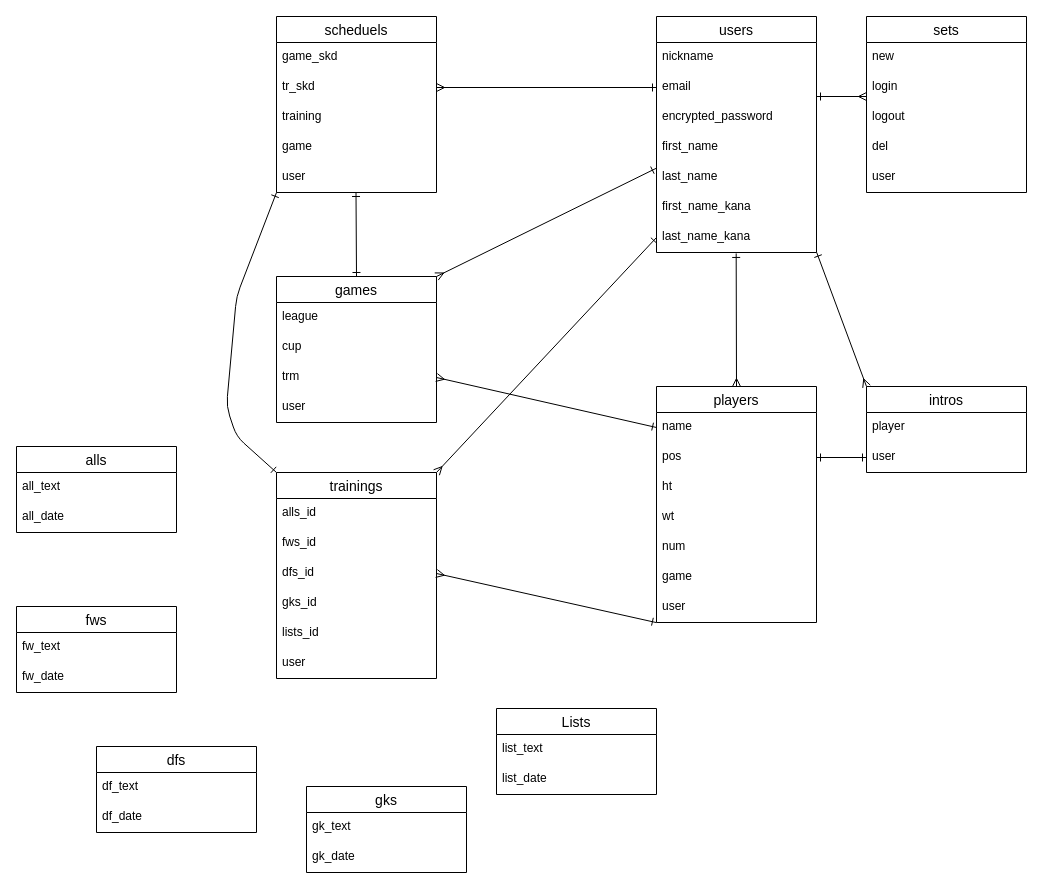
Before: test.dio in 120-seto/teammg, a draw.io diagram. Source tidied: cells renumbered, new cells numbered last; positions are measured from the earlier drawing's top-left corner, leaving out a move shared by most shapes. Both pictures are drawn from the tidied source at 100%, with x=0, y=0 at pixel (16, 16).
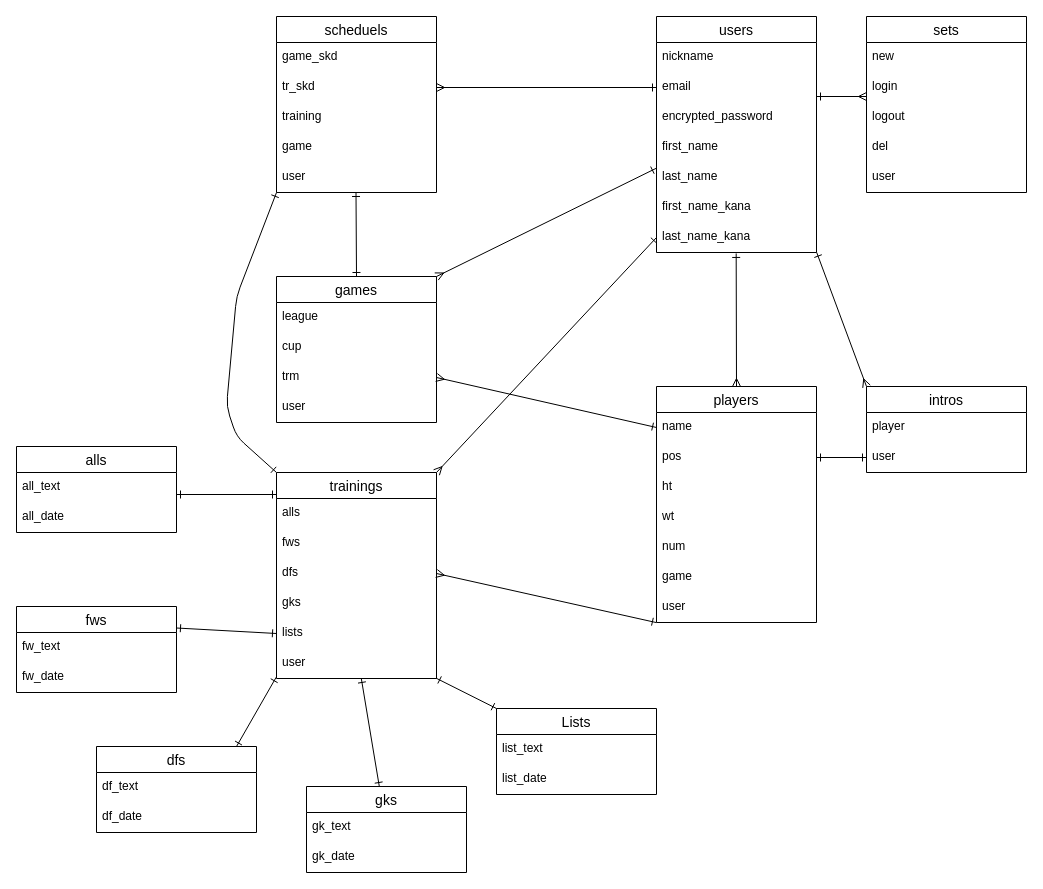
The same diagram, later.

Unchanged cells that the change refers to:
```xml
<mxCell id="7" value="trainings" style="swimlane;fontStyle=0;horizontal=1;startSize=26;align=center;fontSize=14;" parent="1" vertex="1">
  <mxGeometry x="260" y="456" width="160" height="206" as="geometry" />
</mxCell>
<mxCell id="13" value="user" style="text;strokeColor=none;fillColor=none;spacingLeft=4;spacingRight=4;overflow=hidden;points=[[0,0.5],[1,0.5]];portConstraint=eastwest;fontSize=12;" parent="7" vertex="1">
  <mxGeometry y="176" width="160" height="30" as="geometry" />
</mxCell>
<mxCell id="56" value="Lists" style="swimlane;fontStyle=0;horizontal=1;startSize=26;align=center;fontSize=14;" parent="1" vertex="1">
  <mxGeometry x="480" y="692" width="160" height="86" as="geometry" />
</mxCell>
<mxCell id="59" value="gks" style="swimlane;fontStyle=0;horizontal=1;startSize=26;align=center;fontSize=14;" parent="1" vertex="1">
  <mxGeometry x="290" y="770" width="160" height="86" as="geometry" />
</mxCell>
<mxCell id="62" value="dfs" style="swimlane;fontStyle=0;horizontal=1;startSize=26;align=center;fontSize=14;" parent="1" vertex="1">
  <mxGeometry x="80" y="730" width="160" height="86" as="geometry" />
</mxCell>
<mxCell id="65" value="fws" style="swimlane;fontStyle=0;horizontal=1;startSize=26;align=center;fontSize=14;" parent="1" vertex="1">
  <mxGeometry y="590" width="160" height="86" as="geometry" />
</mxCell>
```

Diff of the diagram source:
```diff
@@
-    <mxCell id="8" value="alls_id" style="text;strokeColor=none;fillColor=none;spacingLeft=4;spacingRight=4;overflow=hidden;fontSize=12;" parent="7" vertex="1">
+    <mxCell id="8" value="alls" style="text;strokeColor=none;fillColor=none;spacingLeft=4;spacingRight=4;overflow=hidden;fontSize=12;" parent="7" vertex="1">
       <mxGeometry y="26" width="160" height="30" as="geometry" />
     </mxCell>
-    <mxCell id="9" value="fws_id" style="text;strokeColor=none;fillColor=none;spacingLeft=4;spacingRight=4;overflow=hidden;fontSize=12;" parent="7" vertex="1">
+    <mxCell id="9" value="fws" style="text;strokeColor=none;fillColor=none;spacingLeft=4;spacingRight=4;overflow=hidden;fontSize=12;" parent="7" vertex="1">
       <mxGeometry y="56" width="160" height="30" as="geometry" />
     </mxCell>
-    <mxCell id="10" value="dfs_id" style="text;strokeColor=none;fillColor=none;spacingLeft=4;spacingRight=4;overflow=hidden;points=[[0,0.5],[1,0.5]];portConstraint=eastwest;fontSize=12;" parent="7" vertex="1">
+    <mxCell id="10" value="dfs" style="text;strokeColor=none;fillColor=none;spacingLeft=4;spacingRight=4;overflow=hidden;points=[[0,0.5],[1,0.5]];portConstraint=eastwest;fontSize=12;" parent="7" vertex="1">
       <mxGeometry y="86" width="160" height="30" as="geometry" />
     </mxCell>
-    <mxCell id="11" value="gks_id" style="text;strokeColor=none;fillColor=none;spacingLeft=4;spacingRight=4;overflow=hidden;fontSize=12;" parent="7" vertex="1">
+    <mxCell id="11" value="gks" style="text;strokeColor=none;fillColor=none;spacingLeft=4;spacingRight=4;overflow=hidden;fontSize=12;" parent="7" vertex="1">
       <mxGeometry y="116" width="160" height="30" as="geometry" />
     </mxCell>
-    <mxCell id="12" value="lists_id" style="text;strokeColor=none;fillColor=none;spacingLeft=4;spacingRight=4;overflow=hidden;points=[[0,0.5],[1,0.5]];portConstraint=eastwest;fontSize=12;" parent="7" vertex="1">
+    <mxCell id="12" value="lists" style="text;strokeColor=none;fillColor=none;spacingLeft=4;spacingRight=4;overflow=hidden;points=[[0,0.5],[1,0.5]];portConstraint=eastwest;fontSize=12;" parent="7" vertex="1">
       <mxGeometry y="146" width="160" height="30" as="geometry" />
     </mxCell>
@@
+    <mxCell id="71" style="endArrow=ERone;html=1;rounded=0;exitX=0.994;exitY=0.733;exitDx=0;exitDy=0;exitPerimeter=0;entryX=-0.006;entryY=-0.133;entryDx=0;entryDy=0;entryPerimeter=0;startArrow=ERone;startFill=0;endFill=0;" parent="1" edge="1">
+      <mxGeometry relative="1" as="geometry">
+        <mxPoint x="160" y="478" as="sourcePoint" />
+        <mxPoint x="260" y="478" as="targetPoint" />
+      </mxGeometry>
+    </mxCell>
+    <mxCell id="72" style="endArrow=ERone;html=1;rounded=0;exitX=1;exitY=0.25;exitDx=0;exitDy=0;entryX=0;entryY=0.5;entryDx=0;entryDy=0;startArrow=ERone;startFill=0;endFill=0;" parent="1" edge="1" source="65" target="12">
+      <mxGeometry relative="1" as="geometry" />
+    </mxCell>
+    <mxCell id="73" style="endArrow=ERone;html=1;rounded=0;exitX=0.875;exitY=0;exitDx=0;exitDy=0;entryX=-0.002;entryY=0.958;entryDx=0;entryDy=0;startArrow=ERone;startFill=0;endFill=0;exitPerimeter=0;entryPerimeter=0;" parent="1" edge="1" source="62" target="13">
+      <mxGeometry relative="1" as="geometry" />
+    </mxCell>
+    <mxCell id="74" style="endArrow=ERone;html=1;rounded=0;entryX=0.53;entryY=1;entryDx=0;entryDy=0;startArrow=ERone;startFill=0;endFill=0;entryPerimeter=0;" parent="1" edge="1" source="59" target="13">
+      <mxGeometry relative="1" as="geometry" />
+    </mxCell>
+    <mxCell id="75" style="endArrow=ERone;html=1;rounded=0;startArrow=ERone;startFill=0;endFill=0;exitX=0;exitY=0;exitDx=0;exitDy=0;entryX=0.997;entryY=0.988;entryDx=0;entryDy=0;entryPerimeter=0;" parent="1" edge="1" source="56" target="13">
+      <mxGeometry relative="1" as="geometry" />
+    </mxCell>
```
